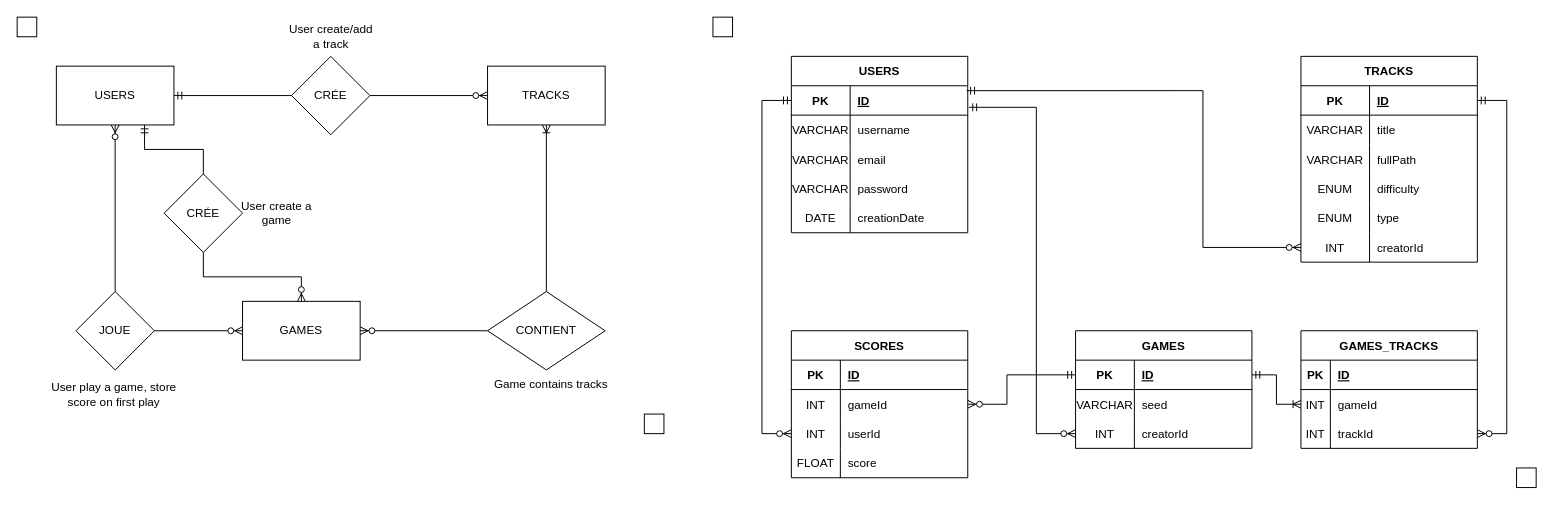
Before: Documents/MCD-MLD.drawio in Jerome-JJT/SuperBlinder, a draw.io diagram. Source tidied: cells renumbered, new cells numbered last; positions are measured from the earlier drawing's top-left corner, leaving out a move shared by most shapes. Both pictures are drawn from the tidied source at 98%, with x=0, y=0 at pixel (17, 17).
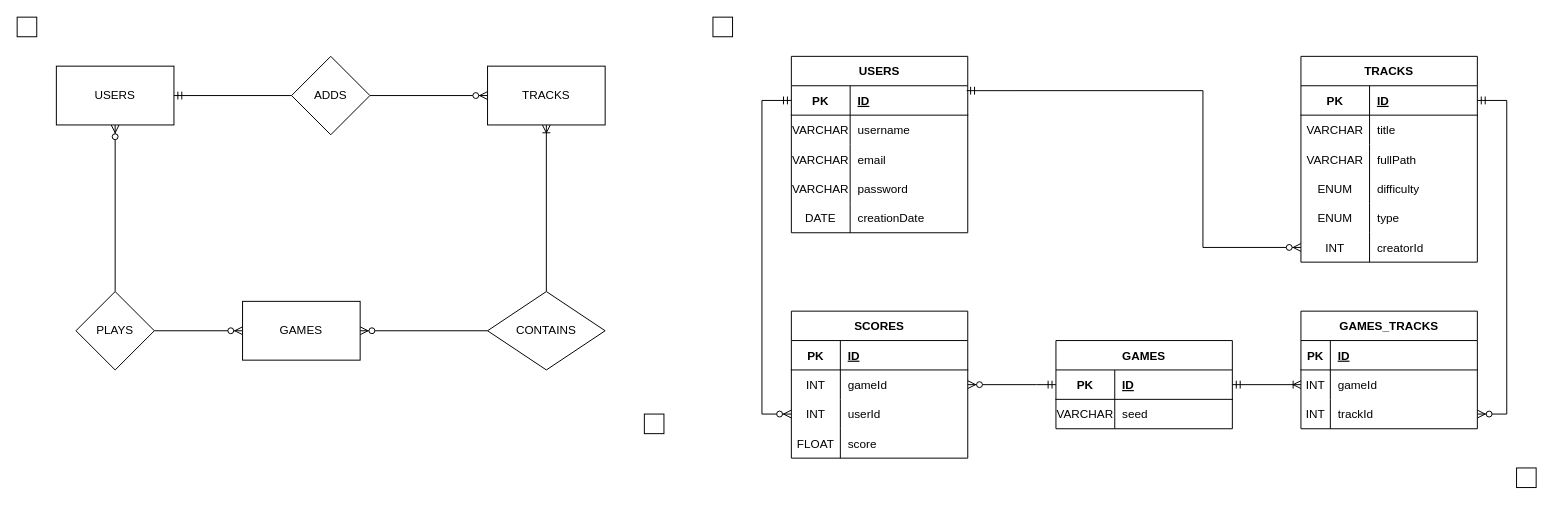
The same diagram, later.

Unchanged cells that the change refers to:
```xml
<mxCell id="3" style="shape=partialRectangle;fillColor=none;top=0;left=0;bottom=1;right=0;points=[[0,0.5],[1,0.5]];portConstraint=eastwest;" parent="2" vertex="1">
  <mxGeometry y="30" width="180" height="30" as="geometry" />
</mxCell>
<mxCell id="25" style="shape=partialRectangle;fillColor=none;top=0;left=0;bottom=0;right=0;points=[[0,0.5],[1,0.5]];portConstraint=eastwest;" parent="21" vertex="1">
  <mxGeometry y="60" width="180" height="30" as="geometry" />
</mxCell>
<mxCell id="28" style="shape=partialRectangle;fillColor=none;top=0;left=0;bottom=0;right=0;points=[[0,0.5],[1,0.5]];portConstraint=eastwest;" parent="21" vertex="1">
  <mxGeometry y="90" width="180" height="30" as="geometry" />
</mxCell>
<mxCell id="35" style="shape=partialRectangle;fillColor=none;top=0;left=0;bottom=1;right=0;points=[[0,0.5],[1,0.5]];portConstraint=eastwest;" parent="34" vertex="1">
  <mxGeometry y="30" width="180" height="30" as="geometry" />
</mxCell>
<mxCell id="52" value="USERS" style="rounded=0;whiteSpace=wrap;html=1;" parent="1" vertex="1">
  <mxGeometry x="40" y="50" width="120" height="60" as="geometry" />
</mxCell>
<mxCell id="65" value="GAMES" style="rounded=0;whiteSpace=wrap;html=1;" parent="1" vertex="1">
  <mxGeometry x="230" y="290" width="120" height="60" as="geometry" />
</mxCell>
<mxCell id="81" style="shape=partialRectangle;fillColor=none;top=0;left=0;bottom=0;right=0;points=[[0,0.5],[1,0.5]];portConstraint=eastwest;" parent="74" vertex="1">
  <mxGeometry y="90" width="180" height="30" as="geometry" />
</mxCell>
<mxCell id="85" style="shape=partialRectangle;fillColor=none;top=0;left=0;bottom=1;right=0;points=[[0,0.5],[1,0.5]];portConstraint=eastwest;" parent="84" vertex="1">
  <mxGeometry y="30" width="180" height="30" as="geometry" />
</mxCell>
```

Diff of the diagram source:
```diff
@@
     <mxCell id="21" value="SCORES" style="shape=table;startSize=30;childLayout=tableLayout;rowLines=0;fontStyle=1;align=center;" parent="1" vertex="1">
-      <mxGeometry x="790" y="320" width="180" height="150" as="geometry" />
+      <mxGeometry x="790" y="300" width="180" height="150" as="geometry" />
     </mxCell>
@@
-    <mxCell id="51" style="edgeStyle=orthogonalEdgeStyle;rounded=0;jettySize=auto;html=1;exitX=0.75;exitY=1;exitDx=0;exitDy=0;entryX=0.5;entryY=0;entryDx=0;entryDy=0;startArrow=ERmandOne;startFill=0;endArrow=none;endFill=0;" parent="1" edge="1" source="52" target="69">
-      <mxGeometry relative="1" as="geometry" />
-    </mxCell>
@@
-    <mxCell id="53" value="CRÉE" style="rhombus;whiteSpace=wrap;html=1;" parent="1" vertex="1">
+    <mxCell id="53" value="ADDS" style="rhombus;whiteSpace=wrap;html=1;" parent="1" vertex="1">
       <mxGeometry x="280" y="40" width="80" height="80" as="geometry" />
     </mxCell>
@@
-    <mxCell id="55" value="CONTIENT" style="rhombus;whiteSpace=wrap;html=1;" parent="1" vertex="1">
+    <mxCell id="55" value="CONTAINS" style="rhombus;whiteSpace=wrap;html=1;" parent="1" vertex="1">
       <mxGeometry x="480" y="280" width="120" height="80" as="geometry" />
     </mxCell>
@@
-    <mxCell id="67" value="JOUE" style="rhombus;whiteSpace=wrap;html=1;" parent="1" vertex="1">
+    <mxCell id="67" value="PLAYS" style="rhombus;whiteSpace=wrap;html=1;" parent="1" vertex="1">
       <mxGeometry x="60" y="280" width="80" height="80" as="geometry" />
     </mxCell>
-    <mxCell id="68" style="edgeStyle=orthogonalEdgeStyle;rounded=0;jettySize=auto;html=1;exitX=0.5;exitY=1;exitDx=0;exitDy=0;entryX=0.5;entryY=0;entryDx=0;entryDy=0;startArrow=none;startFill=0;endArrow=ERzeroToMany;endFill=1;" parent="1" edge="1" source="69" target="65">
-      <mxGeometry relative="1" as="geometry" />
-    </mxCell>
-    <mxCell id="69" value="CRÉE" style="rhombus;whiteSpace=wrap;html=1;" parent="1" vertex="1">
-      <mxGeometry x="150" y="160" width="80" height="80" as="geometry" />
-    </mxCell>
-    <mxCell id="70" value="User create a game" style="text;html=1;strokeColor=none;fillColor=none;align=center;verticalAlign=middle;rounded=0;whiteSpace=wrap;" parent="1" vertex="1">
-      <mxGeometry x="220" y="180" width="90" height="40" as="geometry" />
-    </mxCell>
-    <mxCell id="71" value="User play a game, store score on first play" style="text;html=1;strokeColor=none;fillColor=none;align=center;verticalAlign=middle;rounded=0;whiteSpace=wrap;" parent="1" vertex="1">
-      <mxGeometry x="34" y="360" width="130" height="50" as="geometry" />
-    </mxCell>
-    <mxCell id="72" value="Game contains tracks" style="text;html=1;strokeColor=none;fillColor=none;align=center;verticalAlign=middle;rounded=0;whiteSpace=wrap;" parent="1" vertex="1">
-      <mxGeometry x="480" y="360" width="130" height="30" as="geometry" />
-    </mxCell>
-    <mxCell id="73" value="User create/add a track" style="text;html=1;strokeColor=none;fillColor=none;align=center;verticalAlign=middle;rounded=0;whiteSpace=wrap;" parent="1" vertex="1">
-      <mxGeometry x="272.5" width="95" height="40" as="geometry" />
-    </mxCell>
     <mxCell id="74" value="GAMES_TRACKS" style="shape=table;startSize=30;childLayout=tableLayout;rowLines=0;fontStyle=1;align=center;" parent="1" vertex="1">
-      <mxGeometry x="1310" y="320" width="180" height="120" as="geometry" />
+      <mxGeometry x="1310" y="300" width="180" height="120" as="geometry" />
     </mxCell>
@@
     <mxCell id="84" value="GAMES" style="shape=table;startSize=30;childLayout=tableLayout;rowLines=0;fontStyle=1;align=center;" parent="1" vertex="1">
-      <mxGeometry x="1080" y="320" width="180" height="120" as="geometry" />
+      <mxGeometry x="1060" y="330" width="180" height="90" as="geometry" />
     </mxCell>
@@
-    <mxCell id="91" style="shape=partialRectangle;fillColor=none;top=0;left=0;bottom=0;right=0;points=[[0,0.5],[1,0.5]];portConstraint=eastwest;" parent="84" vertex="1">
-      <mxGeometry y="90" width="180" height="30" as="geometry" />
-    </mxCell>
-    <mxCell id="92" value="INT" style="shape=partialRectangle;fillColor=none;top=0;left=0;bottom=0;right=0;overflow=hidden;" parent="91" vertex="1">
-      <mxGeometry width="60" height="30" as="geometry" />
-    </mxCell>
-    <mxCell id="93" value="creatorId" style="shape=partialRectangle;fillColor=none;top=0;left=0;bottom=0;right=0;align=left;spacingLeft=6;overflow=hidden;" parent="91" vertex="1">
-      <mxGeometry x="60" width="120" height="30" as="geometry" />
-    </mxCell>
     <mxCell id="94" style="edgeStyle=orthogonalEdgeStyle;rounded=0;jettySize=auto;html=1;exitX=1;exitY=0.5;exitDx=0;exitDy=0;entryX=1;entryY=0.5;entryDx=0;entryDy=0;startArrow=ERmandOne;startFill=0;endArrow=ERzeroToMany;endFill=1;" parent="1" edge="1" source="3" target="81">
       <mxGeometry relative="1" as="geometry">
         <Array as="points">
           <mxPoint x="1520" y="85" />
-          <mxPoint x="1520" y="425" />
+          <mxPoint x="1520" y="405" />
         </Array>
       </mxGeometry>
     </mxCell>
@@
-    <mxCell id="96" style="edgeStyle=orthogonalEdgeStyle;rounded=0;jettySize=auto;html=1;entryX=0;entryY=0.5;entryDx=0;entryDy=0;startArrow=ERmandOne;startFill=0;endArrow=ERzeroToMany;endFill=1;exitX=1.006;exitY=0.733;exitDx=0;exitDy=0;exitPerimeter=0;" parent="1" edge="1" source="35" target="91">
+    <mxCell id="96" style="edgeStyle=orthogonalEdgeStyle;rounded=0;jettySize=auto;html=1;entryX=0;entryY=0.5;entryDx=0;entryDy=0;startArrow=ERmandOne;startFill=0;endArrow=ERzeroToMany;endFill=1;exitX=1.006;exitY=0.733;exitDx=0;exitDy=0;exitPerimeter=0;" parent="1" edge="1" source="35">
       <mxGeometry relative="1" as="geometry">
         <Array as="points">
           <mxPoint x="1040" y="92" />
           <mxPoint x="1040" y="425" />
         </Array>
       </mxGeometry>
     </mxCell>
     <mxCell id="97" style="edgeStyle=orthogonalEdgeStyle;rounded=0;jettySize=auto;html=1;exitX=0;exitY=0.5;exitDx=0;exitDy=0;entryX=1;entryY=0.5;entryDx=0;entryDy=0;startArrow=ERmandOne;startFill=0;endArrow=ERzeroToMany;endFill=1;" parent="1" edge="1" source="85" target="25">
       <mxGeometry relative="1" as="geometry">
         <Array as="points">
-          <mxPoint x="1010" y="365" />
-          <mxPoint x="1010" y="395" />
+          <mxPoint x="1040" y="375" />
+          <mxPoint x="1040" y="375" />
         </Array>
       </mxGeometry>
     </mxCell>
     <mxCell id="98" style="edgeStyle=orthogonalEdgeStyle;rounded=0;jettySize=auto;html=1;exitX=0;exitY=0.5;exitDx=0;exitDy=0;entryX=0;entryY=0.5;entryDx=0;entryDy=0;startArrow=ERmandOne;startFill=0;endArrow=ERzeroToMany;endFill=1;" parent="1" edge="1" source="35" target="28">
       <mxGeometry relative="1" as="geometry">
         <Array as="points">
           <mxPoint x="760" y="85" />
-          <mxPoint x="760" y="425" />
+          <mxPoint x="760" y="405" />
         </Array>
       </mxGeometry>
     </mxCell>
```
